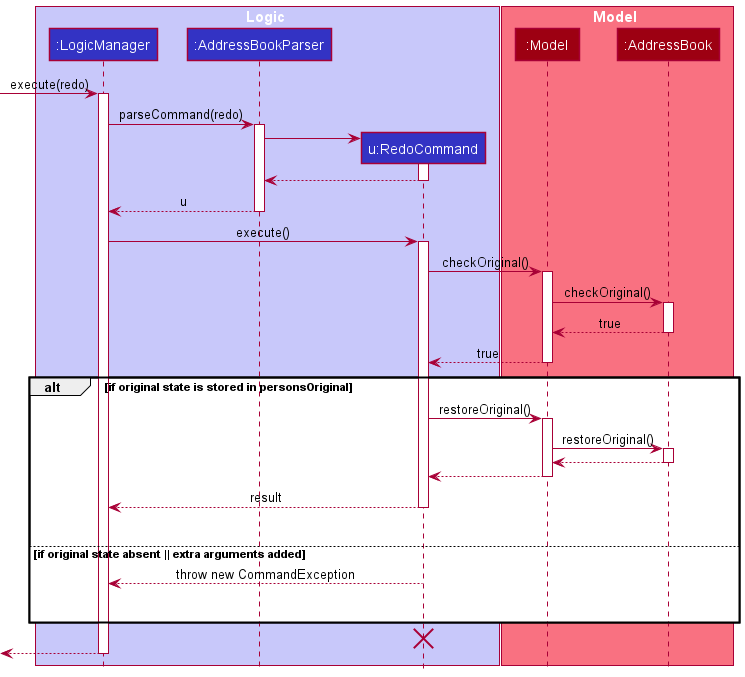
nus-cs2103-AY2122S2/tp keeps this PlantUML diagram as docs/images/RedoSequenceDiagram.png. Above is the earlier version.
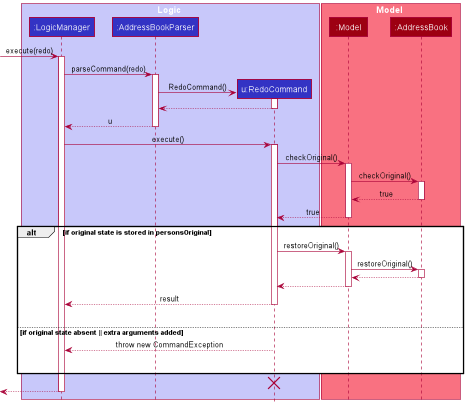
The same diagram one commit later.

Diff of the diagram source:
```diff
@@ -18,7 +18,7 @@
 activate AddressBookParser
 
 create RedoCommand
-AddressBookParser -> RedoCommand
+AddressBookParser -> RedoCommand : RedoCommand()
 activate RedoCommand
 
 RedoCommand --> AddressBookParser
```
